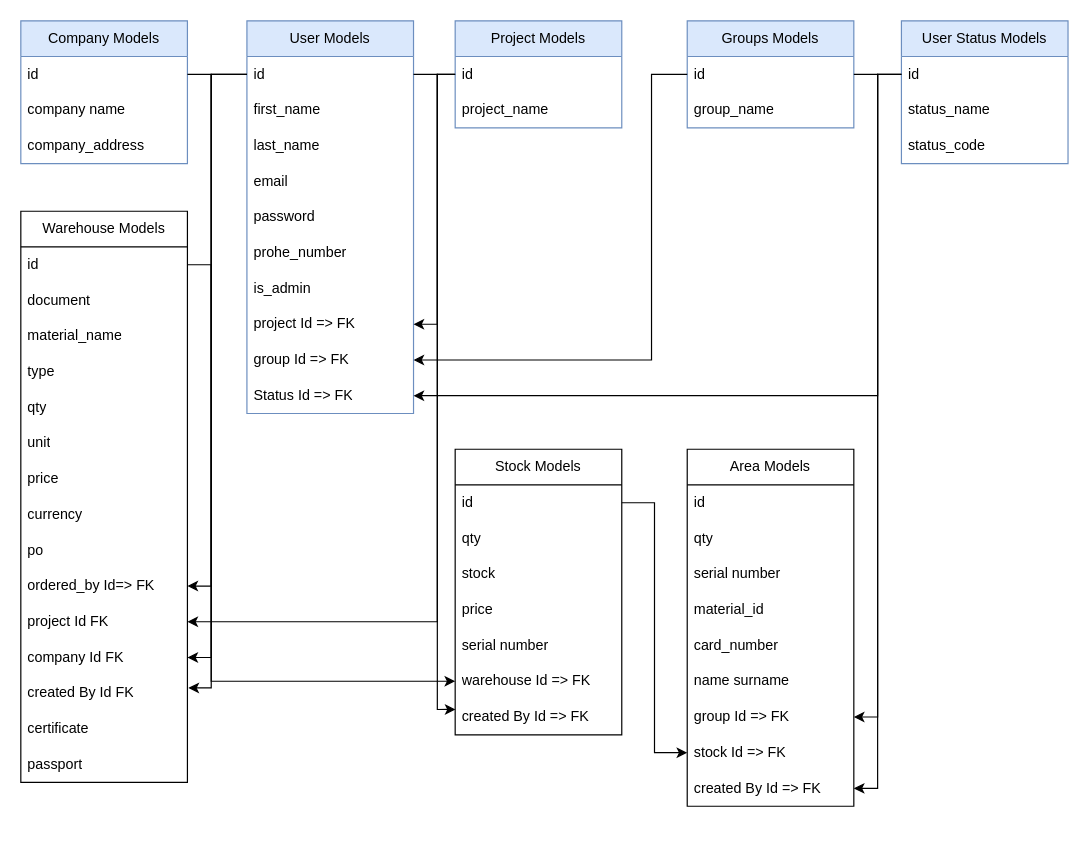
The draw.io diagram DatabaseDiagram.drawio in cavidanbagiri/warehouse-management-server, before the edit. Source tidied: cells renumbered, new cells numbered last; positions are measured from the earlier drawing's top-left corner, leaving out a move shared by most shapes. Both pictures are drawn from the tidied source at 119%, with x=0, y=0 at pixel (20, 20).
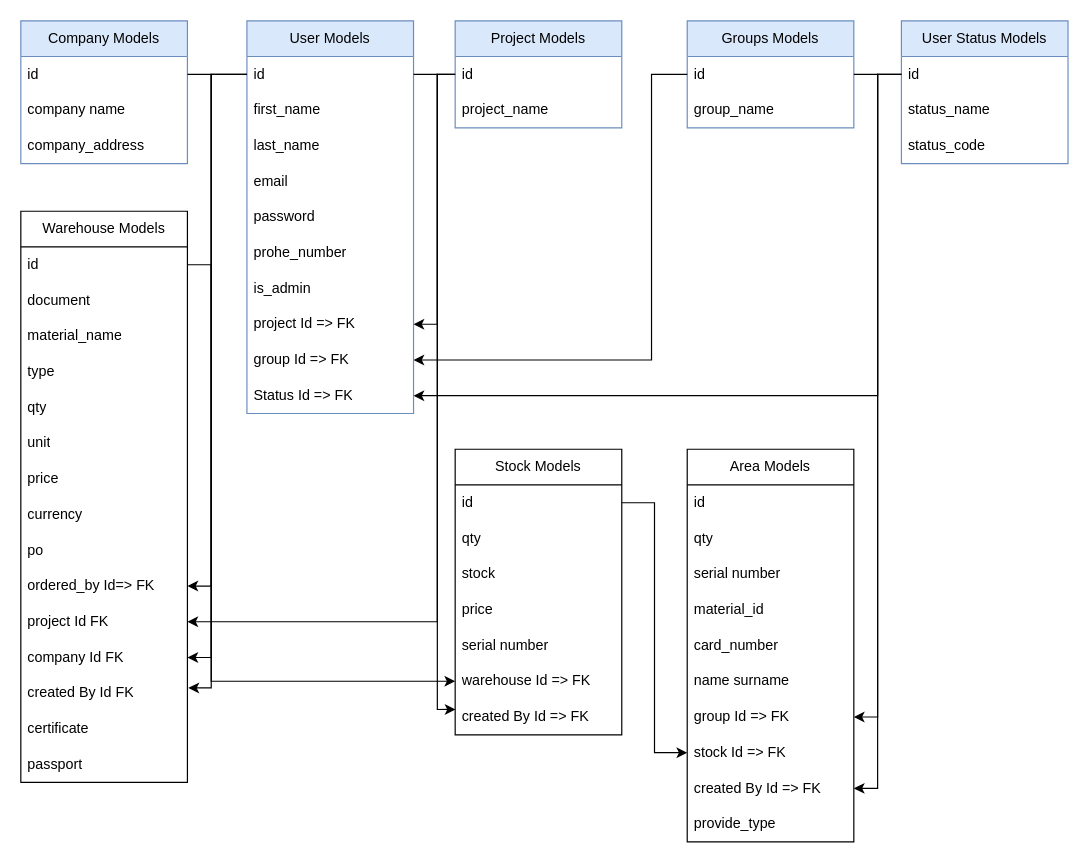
Above is the later version.

Diff of the diagram source:
```diff
@@
     <mxCell id="60" value="Area Models" style="swimlane;fontStyle=0;horizontal=1;startSize=30;whiteSpace=wrap;html=1;" parent="1" vertex="1">
-      <mxGeometry x="560" y="360" width="140" height="300" as="geometry" />
+      <mxGeometry x="560" y="360" width="140" height="330" as="geometry" />
     </mxCell>
@@
+    <mxCell id="73" value="provide_type" style="text;strokeColor=none;fillColor=none;align=left;verticalAlign=middle;spacingLeft=4;spacingRight=4;overflow=hidden;whiteSpace=wrap;html=1;" parent="60" vertex="1">
+      <mxGeometry y="300" width="140" height="30" as="geometry" />
+    </mxCell>
```
